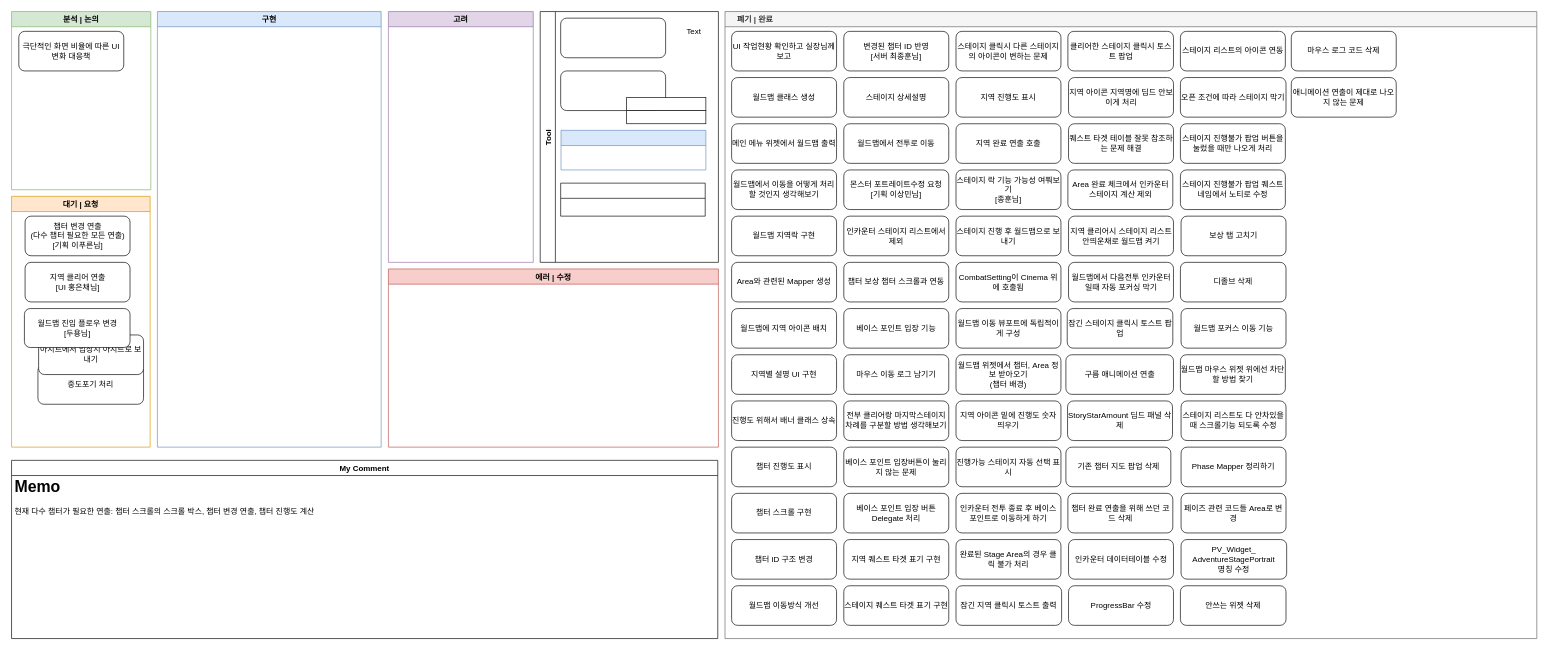
This is 월드맵 시스템 진행상황.drawio from Endorr/Job-Board, a draw.io file, before an edit. Source tidied: cells renumbered, new cells numbered last; positions are measured from the earlier drawing's top-left corner, leaving out a move shared by most shapes. Both pictures are drawn from the tidied source at 66%, with x=0, y=0 at pixel (11, 11).
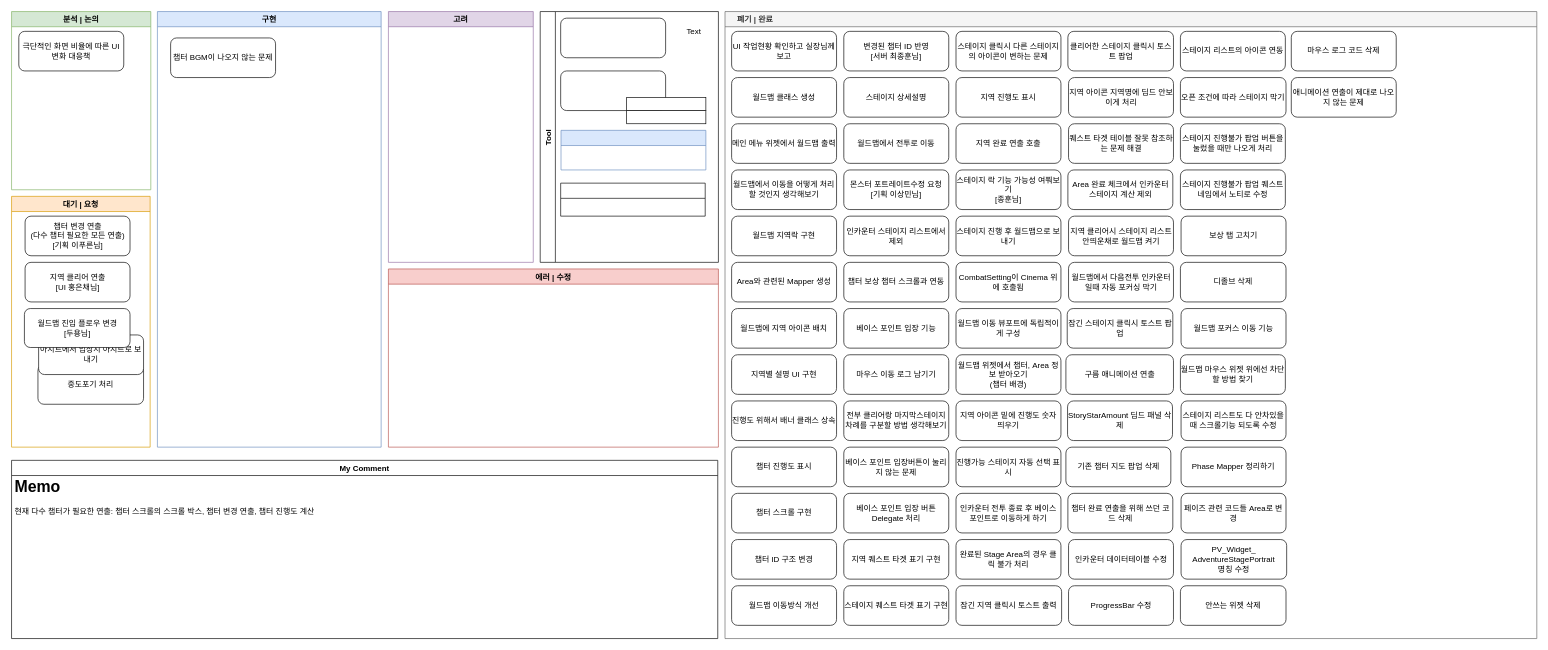
The same diagram, later.

Commit message:
Update 월드맵 시스템 진행상황.drawio

Unchanged cells that the change refers to:
```xml
<mxCell id="2" value="구현" style="swimlane;fillColor=#dae8fc;strokeColor=#6c8ebf;" parent="1" vertex="1">
  <mxGeometry x="221" width="339" height="660" as="geometry" />
</mxCell>
```

Change to the diagram source:
```diff
@@
+    <mxCell id="92" value="챕터 BGM이 나오지 않는 문제" style="rounded=1;whiteSpace=wrap;html=1;" parent="2" vertex="1">
+      <mxGeometry x="20" y="40" width="159" height="60" as="geometry" />
+    </mxCell>
```
